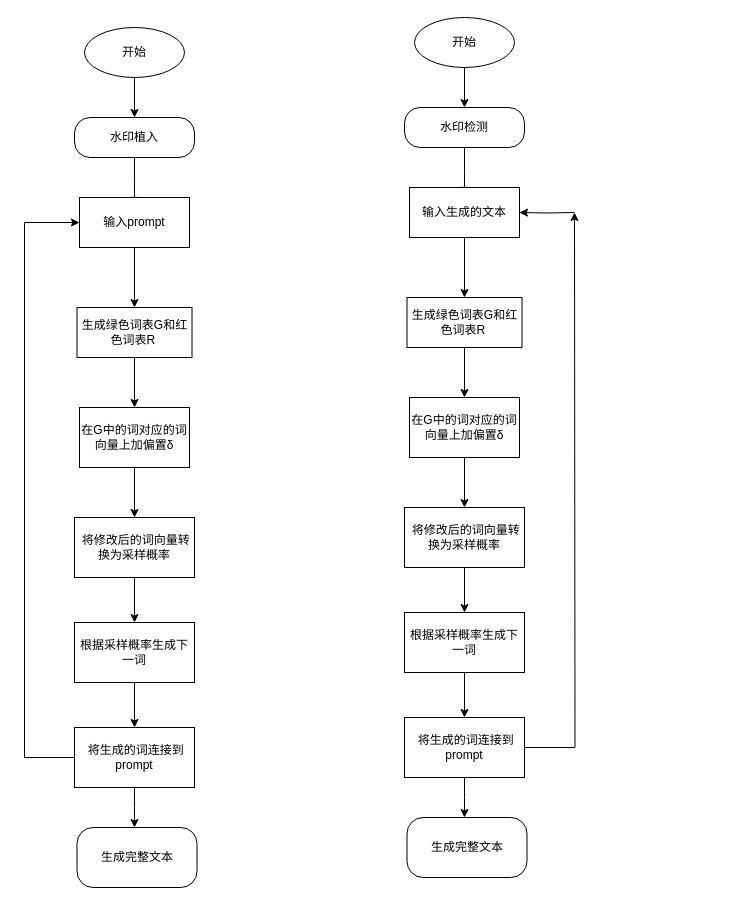
The draw.io diagram img/未命名绘图.drawio in LINJIA333/linjia333.github.io, before the edit. Source tidied: cells renumbered, new cells numbered last; positions are measured from the earlier drawing's top-left corner, leaving out a move shared by most shapes. Both pictures are drawn from the tidied source at 100%, with x=0, y=0 at pixel (24, 17).
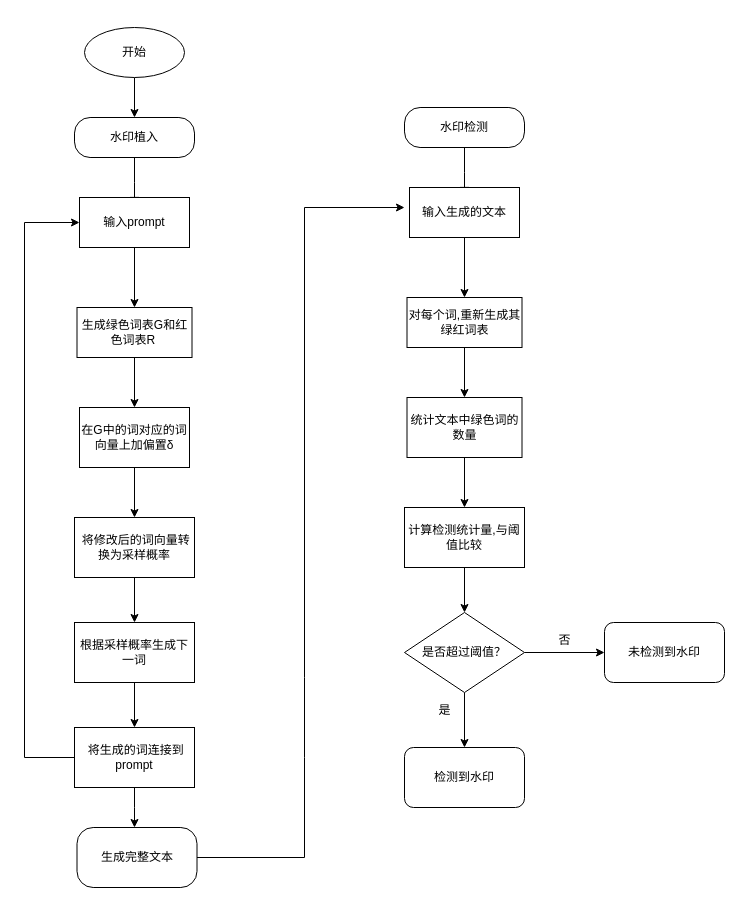
The same diagram, later.

Commit message:
更新未命名绘图.drawio

Unchanged cells that the change refers to:
```xml
<mxCell id="19" value="生成完整文本" style="rounded=1;whiteSpace=wrap;html=1;arcSize=27;" parent="1" vertex="1">
  <mxGeometry x="52.5" y="810" width="120" height="60" as="geometry" />
</mxCell>
<mxCell id="21" value="水印检测" style="rounded=1;whiteSpace=wrap;html=1;fontSize=12;glass=0;strokeWidth=1;shadow=0;arcSize=39;labelBackgroundColor=none;" parent="1" vertex="1">
  <mxGeometry x="380" y="90" width="120" height="40" as="geometry" />
</mxCell>
<mxCell id="25" value="输入生成的文本" style="rounded=0;whiteSpace=wrap;html=1;labelBackgroundColor=none;" parent="1" vertex="1">
  <mxGeometry x="385" y="170" width="110" height="50" as="geometry" />
</mxCell>
```

The edit, as a diff of the source:
```diff
@@
-    <mxCell id="22" style="edgeStyle=orthogonalEdgeStyle;rounded=0;jettySize=auto;html=1;labelBackgroundColor=none;fontColor=default;" parent="1" edge="1" source="23" target="21">
-      <mxGeometry relative="1" as="geometry" />
-    </mxCell>
-    <mxCell id="23" value="开始" style="ellipse;whiteSpace=wrap;html=1;labelBackgroundColor=none;" parent="1" vertex="1">
-      <mxGeometry x="390" width="100" height="50" as="geometry" />
-    </mxCell>
@@
-    <mxCell id="27" value="生成绿色词表G和红色词表R&amp;nbsp;" style="whiteSpace=wrap;html=1;rounded=0;labelBackgroundColor=none;" parent="1" vertex="1">
+    <mxCell id="27" value="对每个词,重新生成其绿红词表" style="whiteSpace=wrap;html=1;rounded=0;labelBackgroundColor=none;" parent="1" vertex="1">
       <mxGeometry x="382.5" y="280" width="115" height="50" as="geometry" />
     </mxCell>
@@
-    <mxCell id="29" value="在G中的词对应的词向量上加偏置δ" style="whiteSpace=wrap;html=1;rounded=0;labelBackgroundColor=none;" parent="1" vertex="1">
-      <mxGeometry x="385" y="380" width="110" height="60" as="geometry" />
+    <mxCell id="29" value="统计文本中绿色词的数量" style="whiteSpace=wrap;html=1;rounded=0;labelBackgroundColor=none;" parent="1" vertex="1">
+      <mxGeometry x="382.5" y="380" width="115" height="60" as="geometry" />
     </mxCell>
-    <mxCell id="30" style="edgeStyle=orthogonalEdgeStyle;rounded=0;jettySize=auto;html=1;labelBackgroundColor=none;fontColor=default;" parent="1" edge="1" source="31" target="33">
-      <mxGeometry relative="1" as="geometry" />
+    <mxCell id="30" style="edgeStyle=orthogonalEdgeStyle;rounded=0;jettySize=auto;html=1;labelBackgroundColor=none;fontColor=default;" parent="1" edge="1" source="31">
+      <mxGeometry relative="1" as="geometry">
+        <mxPoint x="440" y="595" as="targetPoint" />
+      </mxGeometry>
     </mxCell>
-    <mxCell id="31" value="&amp;nbsp;将修改后的词向量转换为采样概率" style="whiteSpace=wrap;html=1;rounded=0;labelBackgroundColor=none;" parent="1" vertex="1">
+    <mxCell id="31" value="计算检测统计量,与阈值比较" style="whiteSpace=wrap;html=1;rounded=0;labelBackgroundColor=none;" parent="1" vertex="1">
       <mxGeometry x="380" y="490" width="120" height="60" as="geometry" />
     </mxCell>
-    <mxCell id="32" style="edgeStyle=orthogonalEdgeStyle;rounded=0;jettySize=auto;html=1;labelBackgroundColor=none;fontColor=default;" parent="1" edge="1" source="33" target="36">
-      <mxGeometry relative="1" as="geometry" />
-    </mxCell>
-    <mxCell id="33" value="根据采样概率生成下一词" style="whiteSpace=wrap;html=1;rounded=0;labelBackgroundColor=none;" parent="1" vertex="1">
-      <mxGeometry x="380" y="595" width="120" height="60" as="geometry" />
-    </mxCell>
-    <mxCell id="34" style="edgeStyle=orthogonalEdgeStyle;rounded=0;jettySize=auto;html=1;" parent="1" edge="1" source="36">
-      <mxGeometry relative="1" as="geometry">
-        <mxPoint x="550" y="195" as="targetPoint" />
-      </mxGeometry>
-    </mxCell>
-    <mxCell id="35" style="edgeStyle=orthogonalEdgeStyle;rounded=0;jettySize=auto;html=1;" parent="1" edge="1" source="36">
-      <mxGeometry relative="1" as="geometry">
-        <mxPoint x="440" y="800" as="targetPoint" />
-      </mxGeometry>
-    </mxCell>
-    <mxCell id="36" value="&amp;nbsp;将生成的词连接到prompt" style="whiteSpace=wrap;html=1;rounded=0;labelBackgroundColor=none;" parent="1" vertex="1">
-      <mxGeometry x="380" y="700" width="120" height="60" as="geometry" />
-    </mxCell>
-    <mxCell id="37" style="edgeStyle=orthogonalEdgeStyle;rounded=0;jettySize=auto;html=1;" parent="1" edge="1" target="25">
-      <mxGeometry relative="1" as="geometry">
-        <mxPoint x="550" y="195" as="sourcePoint" />
-      </mxGeometry>
-    </mxCell>
-    <mxCell id="38" value="生成完整文本" style="rounded=1;whiteSpace=wrap;html=1;arcSize=27;" parent="1" vertex="1">
-      <mxGeometry x="382.5" y="800" width="120" height="60" as="geometry" />
-    </mxCell>
+    <mxCell id="39" style="endArrow=classic;html=1;rounded=0;exitX=1;exitY=0.5;exitDx=0;exitDy=0;" parent="1" edge="1" source="19">
+      <mxGeometry relative="1" as="geometry">
+        <mxPoint x="380" y="190" as="targetPoint" />
+        <Array as="points">
+          <mxPoint x="280" y="840" />
+          <mxPoint x="280" y="740" />
+          <mxPoint x="280" y="660" />
+          <mxPoint x="280" y="190" />
+        </Array>
+      </mxGeometry>
+    </mxCell>
+    <mxCell id="40" style="edgeStyle=orthogonalEdgeStyle;rounded=0;jettySize=auto;html=1;" parent="1" edge="1" source="42" target="43">
+      <mxGeometry relative="1" as="geometry" />
+    </mxCell>
+    <mxCell id="41" style="edgeStyle=orthogonalEdgeStyle;rounded=0;jettySize=auto;html=1;" parent="1" edge="1" source="42" target="44">
+      <mxGeometry relative="1" as="geometry" />
+    </mxCell>
+    <mxCell id="42" value="是否超过阈值？" style="rhombus;whiteSpace=wrap;html=1;" parent="1" vertex="1">
+      <mxGeometry x="380" y="595" width="120" height="80" as="geometry" />
+    </mxCell>
+    <mxCell id="43" value="未检测到水印" style="rounded=1;whiteSpace=wrap;html=1;" parent="1" vertex="1">
+      <mxGeometry x="580" y="605" width="120" height="60" as="geometry" />
+    </mxCell>
+    <mxCell id="44" value="检测到水印" style="rounded=1;whiteSpace=wrap;html=1;" parent="1" vertex="1">
+      <mxGeometry x="380" y="730" width="120" height="60" as="geometry" />
+    </mxCell>
+    <mxCell id="45" value="是" style="text;html=1;align=center;verticalAlign=middle;strokeColor=none;fillColor=none;" parent="1" vertex="1">
+      <mxGeometry x="400" y="678" width="40" height="30" as="geometry" />
+    </mxCell>
+    <mxCell id="46" value="否" style="text;html=1;align=center;verticalAlign=middle;strokeColor=none;fillColor=none;" parent="1" vertex="1">
+      <mxGeometry x="520" y="608" width="40" height="30" as="geometry" />
+    </mxCell>
```
